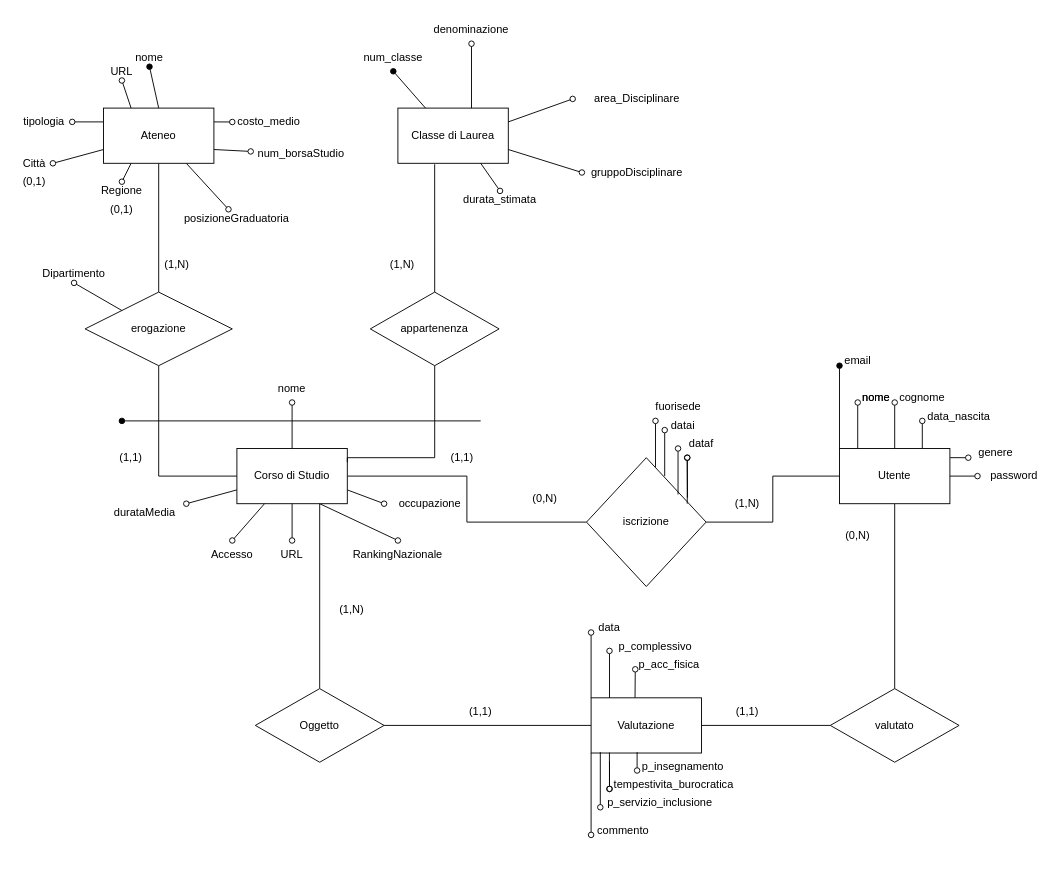
TecWebProject2022/Quo_Vado keeps this draw.io diagram as SchemaER_DB.drawio. Above is the earlier version. Source tidied: cells renumbered, new cells numbered last; positions are measured from the earlier drawing's top-left corner, leaving out a move shared by most shapes. Both pictures are drawn from the tidied source at 92%, with x=0, y=0 at pixel (16, 16).
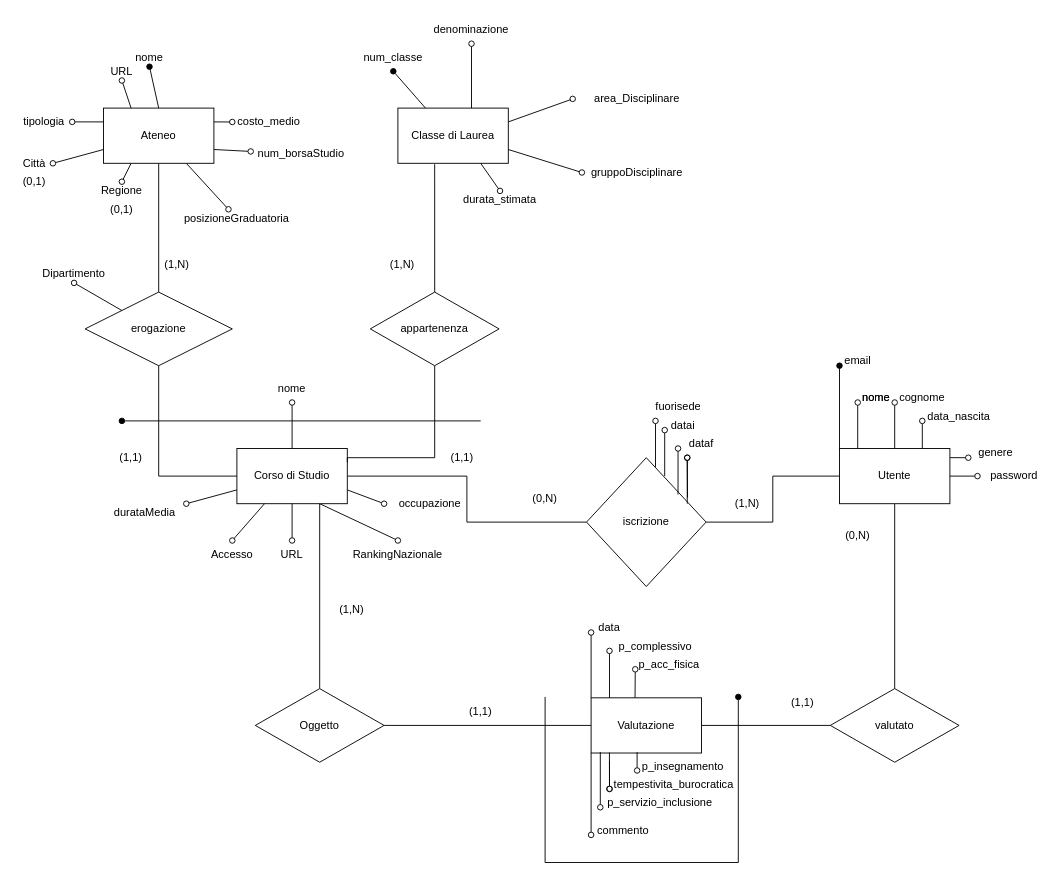
After the change.

Commit message:
Update SchemaER_DB.drawio aggiunto simbolo chiave primaria entita' valutazione

The edit, as a diff of the source:
```diff
@@
     <mxCell id="68" value="(1,1)" style="text;html=1;strokeColor=none;fillColor=none;align=center;verticalAlign=middle;whiteSpace=wrap;rounded=0;" parent="1" vertex="1">
-      <mxGeometry x="765" y="741" width="60" height="30" as="geometry" />
+      <mxGeometry x="825" y="731" width="60" height="30" as="geometry" />
     </mxCell>
@@
+    <mxCell id="111" style="endArrow=none;html=1;rounded=0;strokeColor=none;edgeStyle=elbowEdgeStyle;elbow=vertical;" parent="1" edge="1">
+      <mxGeometry relative="1" as="geometry">
+        <mxPoint x="795" y="740" as="sourcePoint" />
+        <mxPoint x="565" y="740" as="targetPoint" />
+        <Array as="points">
+          <mxPoint x="675" y="920" />
+        </Array>
+      </mxGeometry>
+    </mxCell>
+    <mxCell id="112" style="endArrow=oval;html=1;rounded=0;elbow=vertical;edgeStyle=elbowEdgeStyle;endFill=1;" parent="1" edge="1">
+      <mxGeometry relative="1" as="geometry">
+        <mxPoint x="575" y="740" as="sourcePoint" />
+        <mxPoint x="785" y="740" as="targetPoint" />
+        <Array as="points">
+          <mxPoint x="675" y="920" />
+        </Array>
+      </mxGeometry>
+    </mxCell>
```
